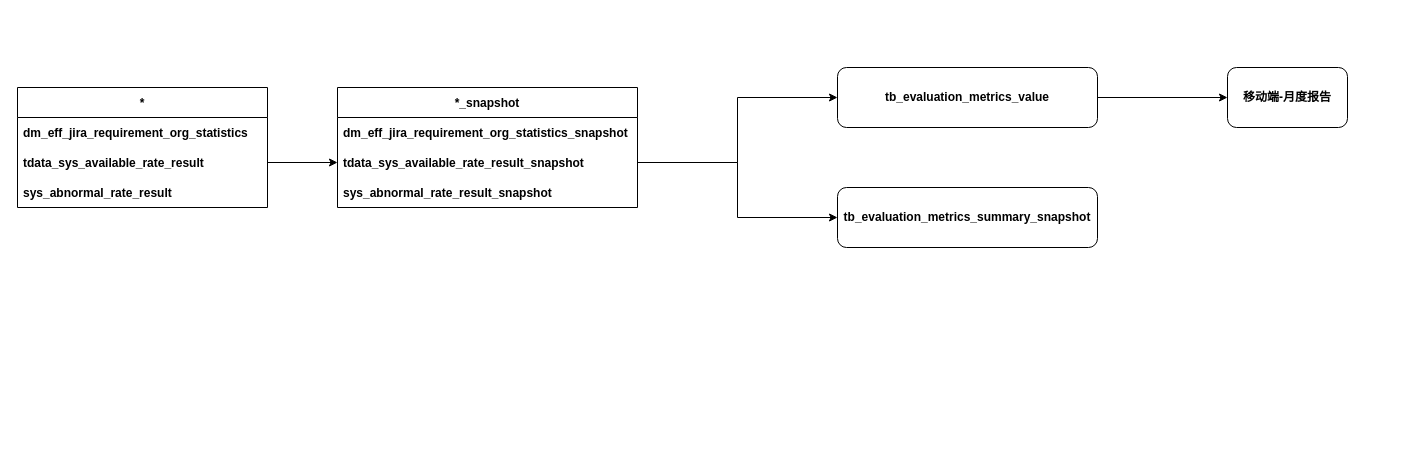
This is indexMetrics.drawio from ChrisFynnWang/algorithm, a draw.io file, before an edit. Source tidied: cells renumbered, new cells numbered last; positions are measured from the earlier drawing's top-left corner, leaving out a move shared by most shapes. Both pictures are drawn from the tidied source at 100%, with x=0, y=0 at pixel (17, 67).
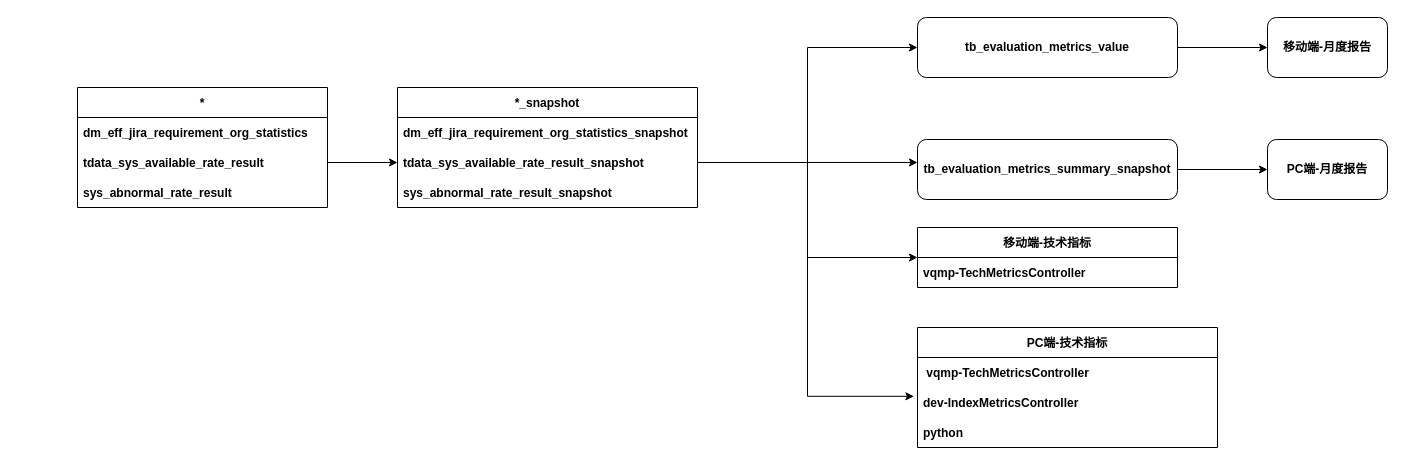
Above is the later version.

Unchanged cells that the change refers to:
```xml
<mxCell id="12" value="tdata_sys_available_rate_result_snapshot" style="text;strokeColor=none;fillColor=none;align=left;verticalAlign=middle;spacingLeft=4;spacingRight=4;overflow=hidden;points=[[0,0.5],[1,0.5]];portConstraint=eastwest;fontStyle=1;" parent="10" vertex="1">
  <mxGeometry y="60" width="300" height="30" as="geometry" />
</mxCell>
```

The edit, as a diff of the source:
```diff
@@
     <mxCell id="3" value="tb_evaluation_metrics_value" style="rounded=1;whiteSpace=wrap;html=1;fontStyle=1;" parent="1" vertex="1">
-      <mxGeometry x="820" width="260" height="60" as="geometry" />
+      <mxGeometry x="900" y="-50" width="260" height="60" as="geometry" />
     </mxCell>
+    <mxCell id="17" style="edgeStyle=orthogonalEdgeStyle;rounded=0;jettySize=auto;html=1;entryX=0;entryY=0.5;entryDx=0;entryDy=0;" parent="1" edge="1" source="4" target="26">
+      <mxGeometry relative="1" as="geometry" />
+    </mxCell>
     <mxCell id="4" value="tb_evaluation_metrics_summary_snapshot" style="rounded=1;whiteSpace=wrap;html=1;fontStyle=1;" parent="1" vertex="1">
-      <mxGeometry x="820" y="120" width="260" height="60" as="geometry" />
+      <mxGeometry x="900" y="72" width="260" height="60" as="geometry" />
     </mxCell>
     <mxCell id="5" value="移动端-月度报告" style="rounded=1;whiteSpace=wrap;html=1;fontStyle=1;" parent="1" vertex="1">
-      <mxGeometry x="1210" width="120" height="60" as="geometry" />
+      <mxGeometry x="1250" y="-50" width="120" height="60" as="geometry" />
     </mxCell>
     <mxCell id="6" value="*" style="swimlane;fontStyle=1;horizontal=1;startSize=30;" parent="1" vertex="1">
-      <mxGeometry y="20" width="250" height="120" as="geometry" />
+      <mxGeometry x="60" y="20" width="250" height="120" as="geometry" />
     </mxCell>
@@
     <mxCell id="10" value="*_snapshot" style="swimlane;fontStyle=1;horizontal=1;startSize=30;" parent="1" vertex="1">
-      <mxGeometry x="320" y="20" width="300" height="120" as="geometry" />
+      <mxGeometry x="380" y="20" width="300" height="120" as="geometry" />
     </mxCell>
@@
     <mxCell id="15" style="edgeStyle=orthogonalEdgeStyle;rounded=0;jettySize=auto;html=1;entryX=0;entryY=0.5;entryDx=0;entryDy=0;" parent="1" edge="1" source="12" target="3">
-      <mxGeometry relative="1" as="geometry" />
+      <mxGeometry relative="1" as="geometry">
+        <Array as="points">
+          <mxPoint x="790" y="95" />
+          <mxPoint x="790" y="-20" />
+          <mxPoint x="900" y="-20" />
+        </Array>
+      </mxGeometry>
     </mxCell>
-    <mxCell id="16" style="edgeStyle=orthogonalEdgeStyle;rounded=0;jettySize=auto;html=1;entryX=0;entryY=0.5;entryDx=0;entryDy=0;" parent="1" edge="1" source="12" target="4">
+    <mxCell id="16" style="edgeStyle=orthogonalEdgeStyle;rounded=0;jettySize=auto;html=1;entryX=0;entryY=0.383;entryDx=0;entryDy=0;entryPerimeter=0;" parent="1" edge="1" source="12" target="4">
       <mxGeometry relative="1" as="geometry" />
     </mxCell>
+    <mxCell id="18" value="移动端-技术指标" style="swimlane;fontStyle=1;horizontal=1;startSize=30;" parent="1" vertex="1">
+      <mxGeometry x="900" y="160" width="260" height="60" as="geometry" />
+    </mxCell>
+    <mxCell id="19" value="vqmp-TechMetricsController" style="text;strokeColor=none;fillColor=none;align=left;verticalAlign=middle;spacingLeft=4;spacingRight=4;overflow=hidden;fontStyle=1;" parent="18" vertex="1">
+      <mxGeometry y="30" width="260" height="30" as="geometry" />
+    </mxCell>
+    <mxCell id="20" style="edgeStyle=orthogonalEdgeStyle;rounded=0;jettySize=auto;html=1;entryX=0;entryY=0.5;entryDx=0;entryDy=0;" parent="1" edge="1" source="12" target="18">
+      <mxGeometry relative="1" as="geometry">
+        <Array as="points">
+          <mxPoint x="790" y="95" />
+          <mxPoint x="790" y="190" />
+        </Array>
+      </mxGeometry>
+    </mxCell>
+    <mxCell id="21" value="PC端-技术指标" style="swimlane;fontStyle=1;horizontal=1;startSize=30;" parent="1" vertex="1">
+      <mxGeometry x="900" y="260" width="300" height="120" as="geometry" />
+    </mxCell>
+    <mxCell id="22" value=" vqmp-TechMetricsController" style="text;strokeColor=none;fillColor=none;align=left;verticalAlign=middle;spacingLeft=4;spacingRight=4;overflow=hidden;fontStyle=1;" parent="21" vertex="1">
+      <mxGeometry y="30" width="300" height="30" as="geometry" />
+    </mxCell>
+    <mxCell id="23" value="dev-IndexMetricsController" style="text;strokeColor=none;fillColor=none;align=left;verticalAlign=middle;spacingLeft=4;spacingRight=4;overflow=hidden;points=[[0,0.5],[1,0.5]];portConstraint=eastwest;fontStyle=1;" parent="21" vertex="1">
+      <mxGeometry y="60" width="300" height="30" as="geometry" />
+    </mxCell>
+    <mxCell id="24" value="python" style="text;strokeColor=none;fillColor=none;align=left;verticalAlign=middle;spacingLeft=4;spacingRight=4;overflow=hidden;fontStyle=1;" parent="21" vertex="1">
+      <mxGeometry y="90" width="300" height="30" as="geometry" />
+    </mxCell>
+    <mxCell id="25" style="edgeStyle=orthogonalEdgeStyle;rounded=0;jettySize=auto;html=1;entryX=-0.012;entryY=0.294;entryDx=0;entryDy=0;entryPerimeter=0;" parent="1" edge="1" source="12" target="23">
+      <mxGeometry relative="1" as="geometry" />
+    </mxCell>
+    <mxCell id="26" value="PC端-月度报告" style="rounded=1;whiteSpace=wrap;html=1;fontStyle=1;" parent="1" vertex="1">
+      <mxGeometry x="1250" y="72" width="120" height="60" as="geometry" />
+    </mxCell>
```
